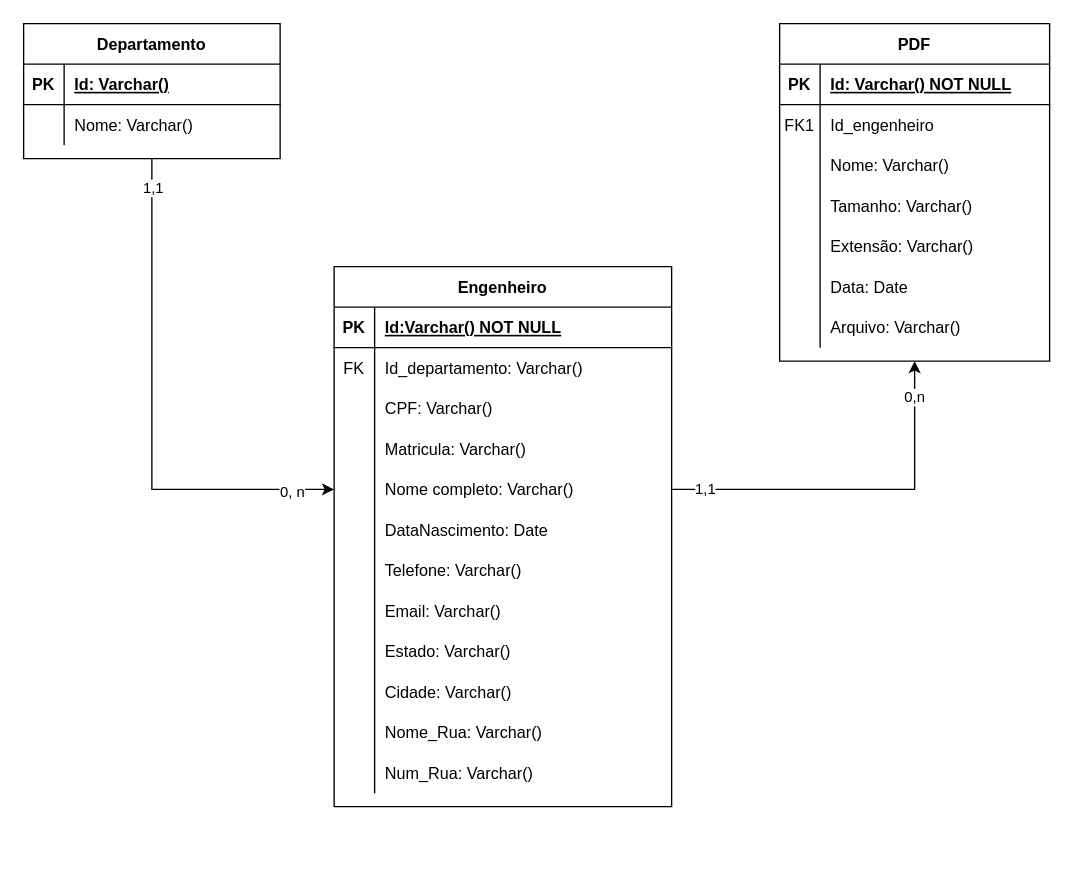
victor-souza-dev/victor-souza-dev keeps this draw.io diagram as modelo_logico.drawio. Above is the earlier version. Source tidied: cells renumbered, new cells numbered last; positions are measured from the earlier drawing's top-left corner, leaving out a move shared by most shapes. Both pictures are drawn from the tidied source at 135%, with x=0, y=0 at pixel (23, 23).
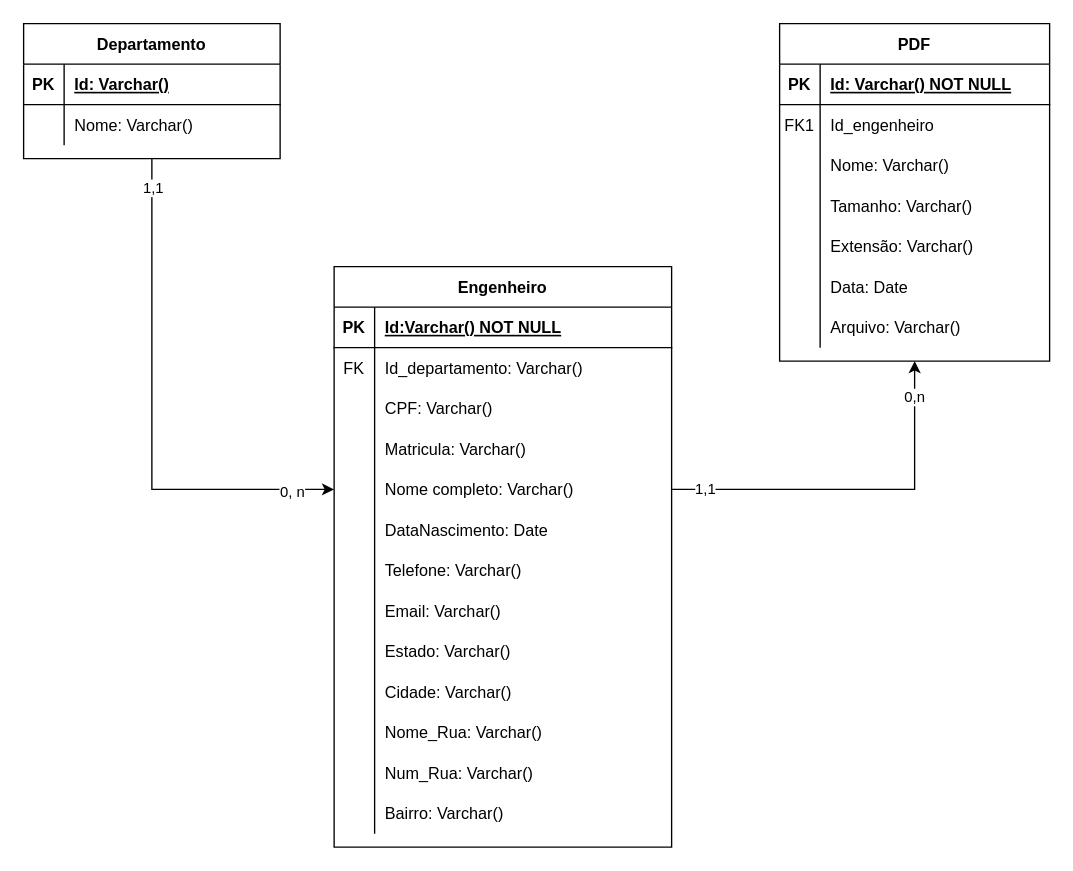
The same page after the edit.

The edit, as a diff of the source:
```diff
@@
     <mxCell id="2" value="Engenheiro" style="shape=table;startSize=30;childLayout=tableLayout;rowLines=0;fontStyle=1;align=center;" parent="1" vertex="1">
-      <mxGeometry x="230" y="180" width="250" height="400" as="geometry" />
+      <mxGeometry x="230" y="180" width="250" height="430" as="geometry" />
     </mxCell>
@@
+    <mxCell id="74" style="shape=tableRow;horizontal=0;startSize=0;swimlaneHead=0;swimlaneBody=0;fillColor=none;top=0;left=0;right=0;bottom=0;" parent="2" vertex="1">
+      <mxGeometry y="390" width="250" height="30" as="geometry" />
+    </mxCell>
+    <mxCell id="75" style="shape=partialRectangle;fillColor=none;top=0;left=0;bottom=0;right=0;overflow=hidden;" parent="74" vertex="1">
+      <mxGeometry width="30" height="30" as="geometry" />
+    </mxCell>
+    <mxCell id="76" value="Bairro: Varchar()" style="shape=partialRectangle;fillColor=none;top=0;left=0;bottom=0;right=0;align=left;spacingLeft=6;overflow=hidden;" parent="74" vertex="1">
+      <mxGeometry x="30" width="220" height="30" as="geometry" />
+    </mxCell>
```
